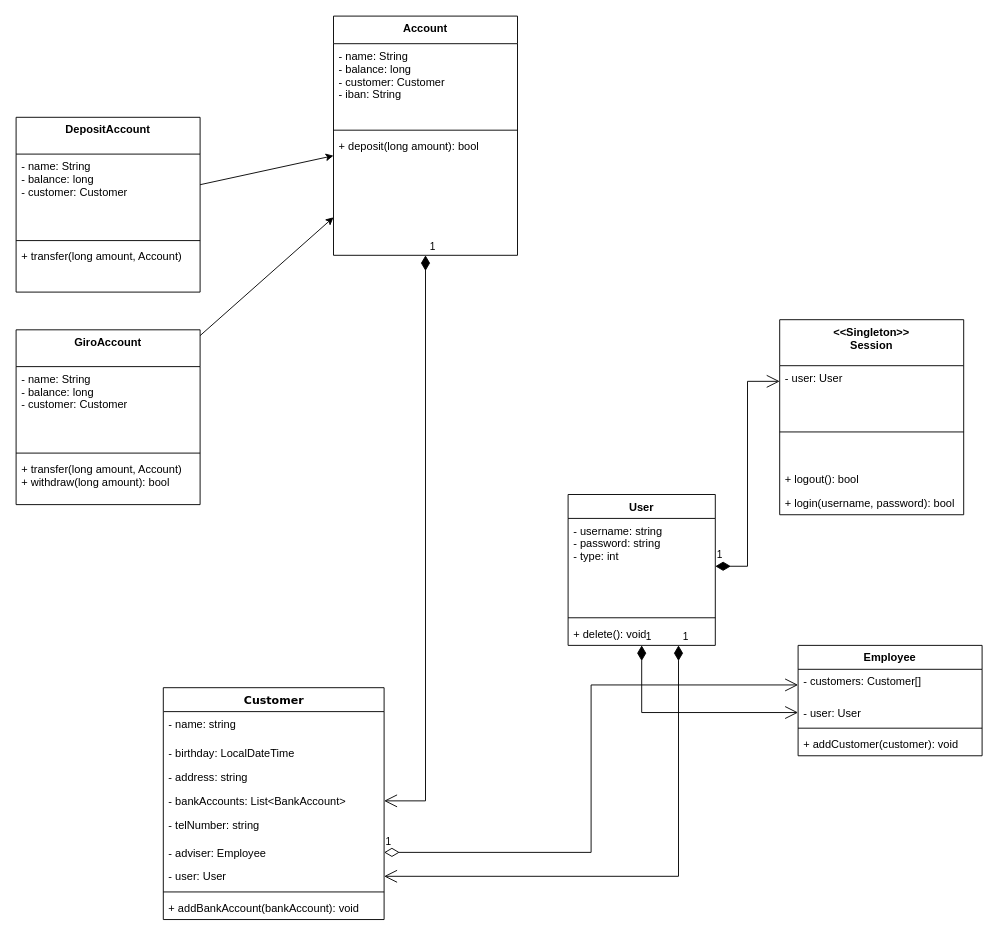
Before: page "Page-1" (1 of 2) of documents/ClassDiagram.drawio in CelMur/Programmieren-II-Finale-Aufgabe, a draw.io diagram. Source tidied: cells renumbered, new cells numbered last; positions are measured from the earlier drawing's top-left corner, leaving out a move shared by most shapes. Both pictures are drawn from the tidied source at 92%, with x=0, y=0 at pixel (16, 16).
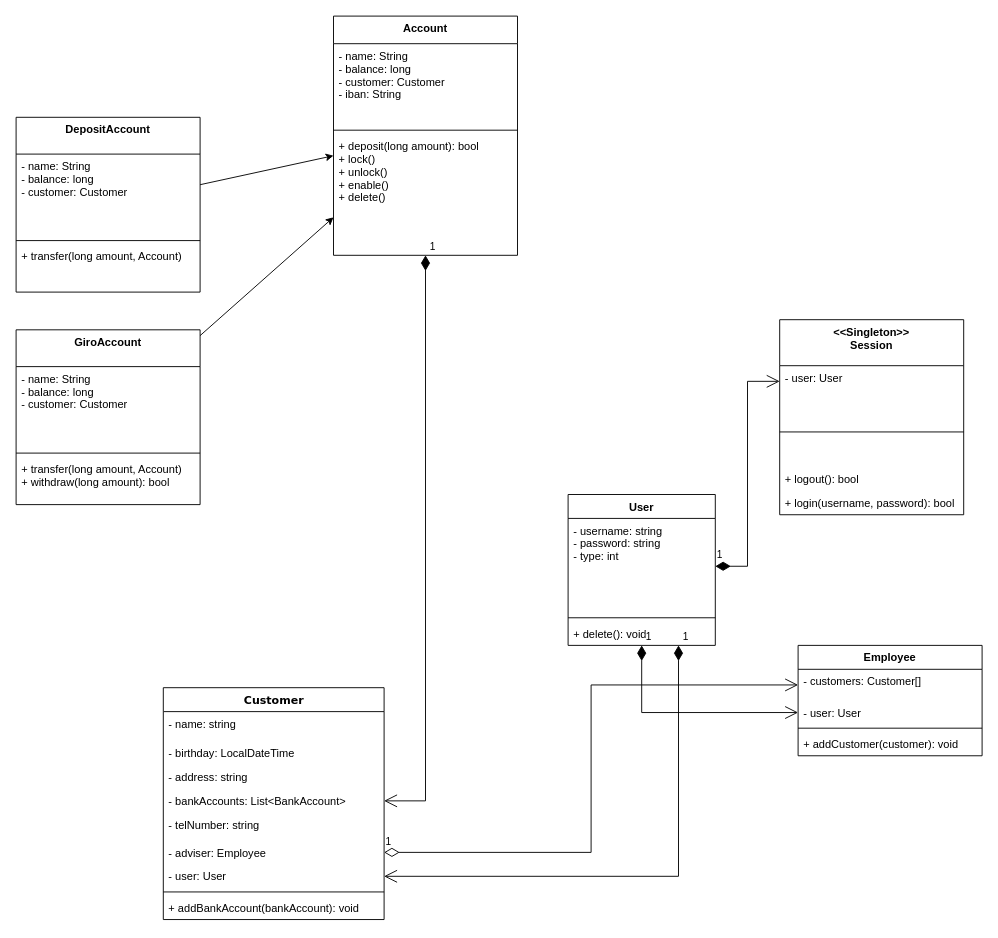
After the change.

Commit message:
update class diagram

Unchanged cells that the change refers to:
```xml
<mxCell id="12" value="Account" style="swimlane;fontStyle=1;align=center;verticalAlign=top;horizontal=1;startSize=30;" parent="1" vertex="1">
  <mxGeometry x="345" width="200" height="260" as="geometry" />
</mxCell>
```

The edit, as a diff of the source:
```diff
@@
-    <mxCell id="15" value="+ deposit(long amount): bool&#10;" style="text;strokeColor=none;fillColor=none;align=left;verticalAlign=top;spacingLeft=4;spacingRight=4;overflow=hidden;" parent="12" vertex="1">
+    <mxCell id="15" value="+ deposit(long amount): bool&#10;+ lock()&#10;+ unlock()&#10;+ enable()&#10;+ delete()&#10;" style="text;strokeColor=none;fillColor=none;align=left;verticalAlign=top;spacingLeft=4;spacingRight=4;overflow=hidden;" parent="12" vertex="1">
       <mxGeometry y="128" width="200" height="132" as="geometry" />
     </mxCell>
```
